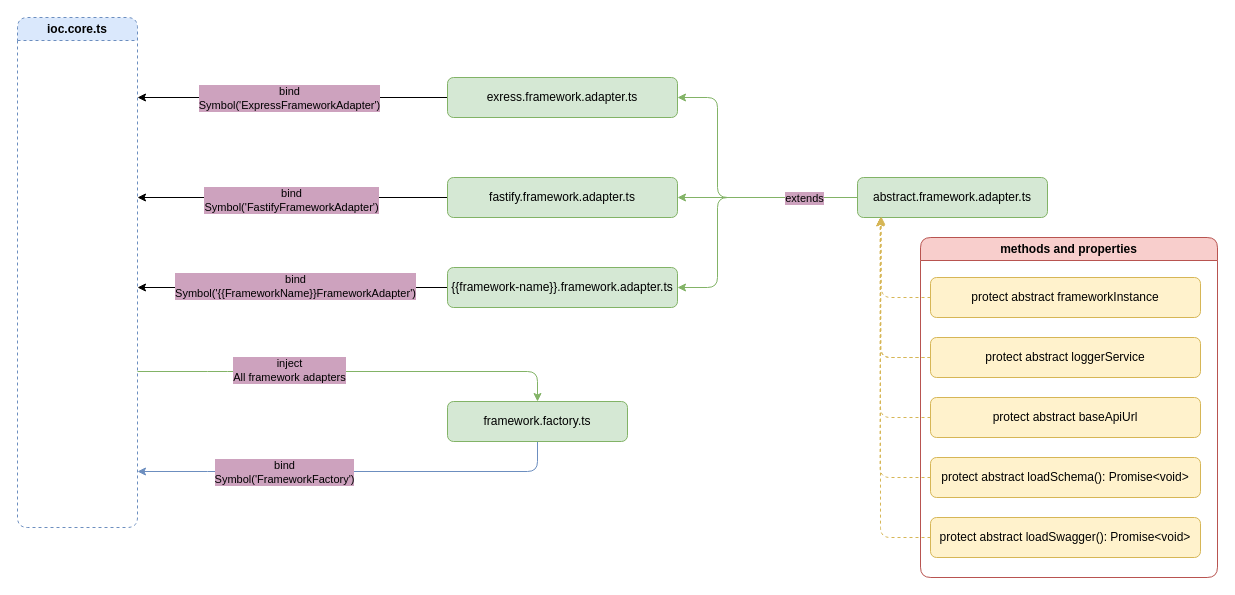
Before: documentation/server-platform/drawio/factories/framework.factory.drawio in Avelate/avelate-documentation, a draw.io diagram. Source tidied: cells renumbered, new cells numbered last; positions are measured from the earlier drawing's top-left corner, leaving out a move shared by most shapes. Both pictures are drawn from the tidied source at 100%, with x=0, y=0 at pixel (17, 17).
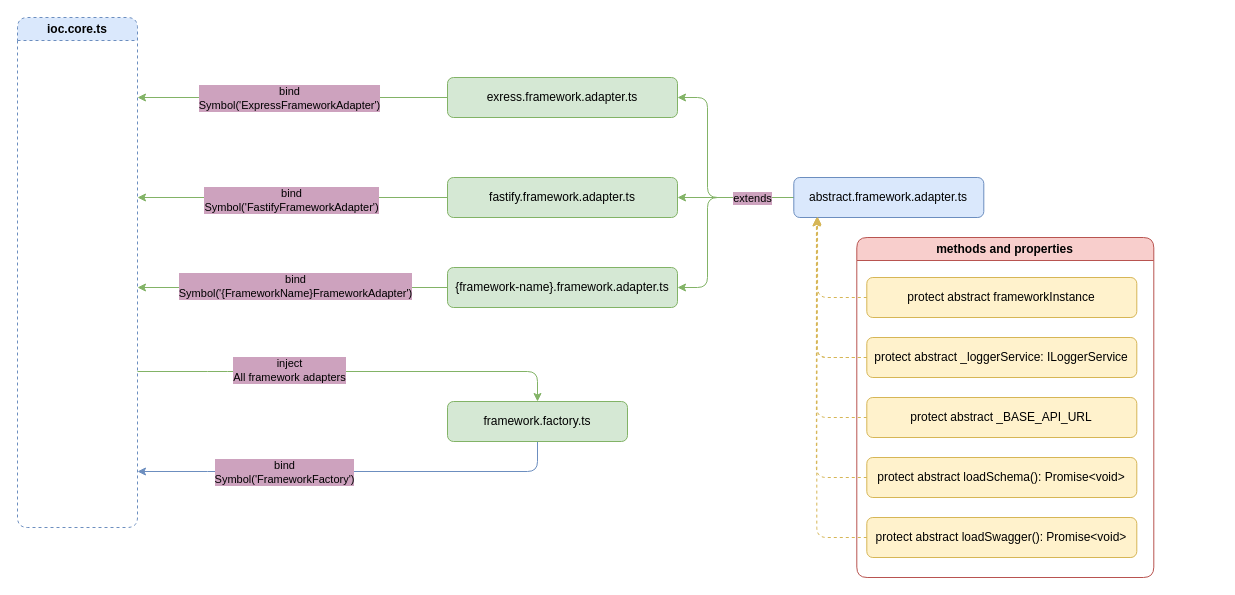
The same diagram, later.

Unchanged cells that the change refers to:
```xml
<mxCell id="5" value="exress.framework.adapter.ts" style="rounded=1;whiteSpace=wrap;html=1;fillColor=#d5e8d4;strokeColor=#82b366;" parent="1" vertex="1">
  <mxGeometry x="430" y="60" width="230" height="40" as="geometry" />
</mxCell>
<mxCell id="7" value="fastify.framework.adapter.ts" style="rounded=1;whiteSpace=wrap;html=1;fillColor=#d5e8d4;strokeColor=#82b366;" parent="1" vertex="1">
  <mxGeometry x="430" y="160" width="230" height="40" as="geometry" />
</mxCell>
<mxCell id="18" value="protect abstract frameworkInstance" style="rounded=1;whiteSpace=wrap;html=1;fillColor=#fff2cc;strokeColor=#d6b656;" parent="17" vertex="1">
  <mxGeometry x="10" y="40" width="270" height="40" as="geometry" />
</mxCell>
```

What changed in the source:
```diff
@@
-    <mxCell id="3" style="edgeStyle=orthogonalEdgeStyle;rounded=0;jettySize=auto;html=1;" parent="1" edge="1" source="5">
+    <mxCell id="3" style="edgeStyle=orthogonalEdgeStyle;rounded=0;jettySize=auto;html=1;fillColor=#d5e8d4;strokeColor=#82b366;" parent="1" edge="1" source="5">
       <mxGeometry relative="1" as="geometry">
         <mxPoint x="120" y="80" as="targetPoint" />
       </mxGeometry>
     </mxCell>
@@
-    <mxCell id="6" style="edgeStyle=orthogonalEdgeStyle;rounded=0;jettySize=auto;html=1;exitX=0;exitY=0.5;exitDx=0;exitDy=0;" parent="1" edge="1" source="7">
+    <mxCell id="6" style="edgeStyle=orthogonalEdgeStyle;rounded=0;jettySize=auto;html=1;exitX=0;exitY=0.5;exitDx=0;exitDy=0;fillColor=#d5e8d4;strokeColor=#82b366;" parent="1" edge="1" source="7">
       <mxGeometry relative="1" as="geometry">
         <mxPoint x="120" y="180" as="targetPoint" />
       </mxGeometry>
     </mxCell>
@@
-    <mxCell id="8" style="edgeStyle=orthogonalEdgeStyle;rounded=0;jettySize=auto;html=1;" parent="1" edge="1" source="10">
+    <mxCell id="8" style="edgeStyle=orthogonalEdgeStyle;rounded=0;jettySize=auto;html=1;fillColor=#d5e8d4;strokeColor=#82b366;" parent="1" edge="1" source="10">
       <mxGeometry relative="1" as="geometry">
         <mxPoint x="120" y="270" as="targetPoint" />
         <Array as="points">
           <mxPoint x="320" y="270" />
           <mxPoint x="320" y="270" />
         </Array>
       </mxGeometry>
     </mxCell>
-    <mxCell id="9" value="bind&lt;br&gt;Symbol('{{FrameworkName}}FrameworkAdapter')" style="edgeLabel;html=1;align=center;verticalAlign=middle;labelBackgroundColor=#CDA2BE;" parent="8" vertex="1">
+    <mxCell id="9" value="bind&lt;br&gt;Symbol('{FrameworkName}FrameworkAdapter')" style="edgeLabel;html=1;align=center;verticalAlign=middle;labelBackgroundColor=#CDA2BE;" parent="8" vertex="1">
       <mxGeometry x="0.08" y="-2" relative="1" as="geometry">
         <mxPoint x="14" as="offset" />
       </mxGeometry>
     </mxCell>
-    <mxCell id="10" value="{{framework-name}}.framework.adapter.ts" style="rounded=1;whiteSpace=wrap;html=1;fillColor=#d5e8d4;strokeColor=#82b366;" parent="1" vertex="1">
+    <mxCell id="10" value="{framework-name}.framework.adapter.ts" style="rounded=1;whiteSpace=wrap;html=1;fillColor=#d5e8d4;strokeColor=#82b366;" parent="1" vertex="1">
       <mxGeometry x="430" y="250" width="230" height="40" as="geometry" />
     </mxCell>
@@
     <mxCell id="12" style="edgeStyle=orthogonalEdgeStyle;rounded=1;jettySize=auto;html=1;entryX=1;entryY=0.5;entryDx=0;entryDy=0;fillColor=#d5e8d4;strokeColor=#82b366;" parent="1" edge="1" source="16" target="5">
       <mxGeometry relative="1" as="geometry">
         <Array as="points">
-          <mxPoint x="700" y="180" />
-          <mxPoint x="700" y="80" />
+          <mxPoint x="690" y="180" />
+          <mxPoint x="690" y="80" />
         </Array>
       </mxGeometry>
     </mxCell>
@@
     <mxCell id="14" style="edgeStyle=orthogonalEdgeStyle;rounded=1;jettySize=auto;html=1;entryX=1;entryY=0.5;entryDx=0;entryDy=0;fillColor=#d5e8d4;strokeColor=#82b366;" parent="1" edge="1" source="16" target="10">
       <mxGeometry relative="1" as="geometry">
         <Array as="points">
-          <mxPoint x="700" y="180" />
-          <mxPoint x="700" y="270" />
+          <mxPoint x="690" y="180" />
+          <mxPoint x="690" y="270" />
         </Array>
       </mxGeometry>
     </mxCell>
@@
-    <mxCell id="16" value="abstract.framework.adapter.ts" style="rounded=1;whiteSpace=wrap;html=1;fillColor=#d5e8d4;strokeColor=#82b366;" parent="1" vertex="1">
-      <mxGeometry x="840" y="160" width="190" height="40" as="geometry" />
+    <mxCell id="16" value="abstract.framework.adapter.ts" style="rounded=1;whiteSpace=wrap;html=1;fillColor=#dae8fc;strokeColor=#6c8ebf;" parent="1" vertex="1">
+      <mxGeometry x="776.3" y="160" width="190" height="40" as="geometry" />
     </mxCell>
     <mxCell id="17" value="methods and properties" style="swimlane;whiteSpace=wrap;html=1;fillColor=#f8cecc;strokeColor=#b85450;rounded=1;" parent="1" vertex="1">
-      <mxGeometry x="903" y="220" width="297" height="340" as="geometry" />
+      <mxGeometry x="839.3" y="220" width="297" height="340" as="geometry" />
     </mxCell>
@@
-    <mxCell id="19" value="protect abstract loggerService" style="rounded=1;whiteSpace=wrap;html=1;fillColor=#fff2cc;strokeColor=#d6b656;" parent="17" vertex="1">
+    <mxCell id="19" value="protect abstract _loggerService: ILoggerService" style="rounded=1;whiteSpace=wrap;html=1;fillColor=#fff2cc;strokeColor=#d6b656;" parent="17" vertex="1">
       <mxGeometry x="10" y="100" width="270" height="40" as="geometry" />
     </mxCell>
@@
-    <mxCell id="21" value="protect abstract baseApiUrl" style="rounded=1;whiteSpace=wrap;html=1;fillColor=#fff2cc;strokeColor=#d6b656;" parent="17" vertex="1">
+    <mxCell id="21" value="protect abstract _BASE_API_URL" style="rounded=1;whiteSpace=wrap;html=1;fillColor=#fff2cc;strokeColor=#d6b656;" parent="17" vertex="1">
       <mxGeometry x="10" y="160" width="270" height="40" as="geometry" />
     </mxCell>
@@
     <mxCell id="24" style="edgeStyle=orthogonalEdgeStyle;rounded=1;jettySize=auto;html=1;exitX=0;exitY=0.5;exitDx=0;exitDy=0;fillColor=#fff2cc;strokeColor=#d6b656;dashed=1;entryX=0.125;entryY=0.975;entryDx=0;entryDy=0;entryPerimeter=0;" parent="1" edge="1" source="18" target="16">
       <mxGeometry relative="1" as="geometry">
         <Array as="points">
-          <mxPoint x="863" y="280" />
-          <mxPoint x="863" y="199" />
+          <mxPoint x="799.3" y="280" />
+          <mxPoint x="799.3" y="199" />
         </Array>
       </mxGeometry>
     </mxCell>
     <mxCell id="25" style="edgeStyle=orthogonalEdgeStyle;rounded=1;jettySize=auto;html=1;exitX=0;exitY=0.5;exitDx=0;exitDy=0;fillColor=#fff2cc;strokeColor=#d6b656;dashed=1;" parent="1" edge="1" target="16">
       <mxGeometry relative="1" as="geometry">
-        <mxPoint x="913" y="340" as="sourcePoint" />
+        <mxPoint x="849.3" y="340" as="sourcePoint" />
         <Array as="points">
-          <mxPoint x="863" y="340" />
+          <mxPoint x="799.3" y="340" />
         </Array>
       </mxGeometry>
     </mxCell>
@@
     <mxCell id="31" style="edgeStyle=orthogonalEdgeStyle;rounded=1;jettySize=auto;html=1;exitX=0;exitY=0.5;exitDx=0;exitDy=0;fillColor=#fff2cc;strokeColor=#d6b656;dashed=1;" parent="1" edge="1" source="19">
       <mxGeometry relative="1" as="geometry">
-        <mxPoint x="863" y="200" as="targetPoint" />
+        <mxPoint x="799.3" y="200" as="targetPoint" />
       </mxGeometry>
     </mxCell>
```
